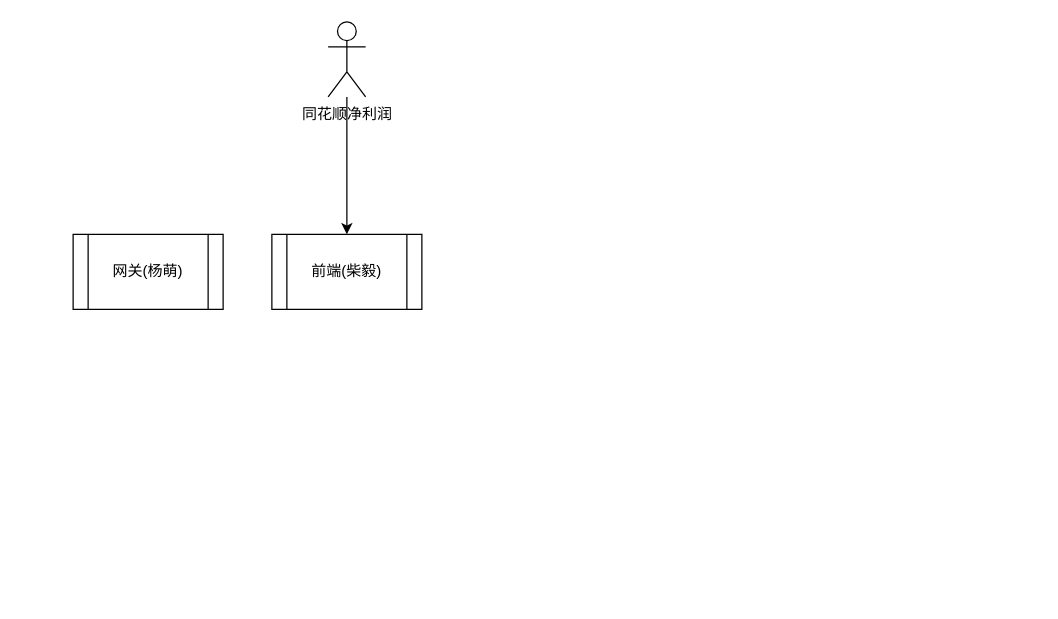
Before: 工作汇报流程图.drawio in msb8080/my-diagrams, a draw.io diagram. Source tidied: cells renumbered, new cells numbered last; positions are measured from the earlier drawing's top-left corner, leaving out a move shared by most shapes. Both pictures are drawn from the tidied source at 125%, with x=0, y=0 at pixel (72, 21).
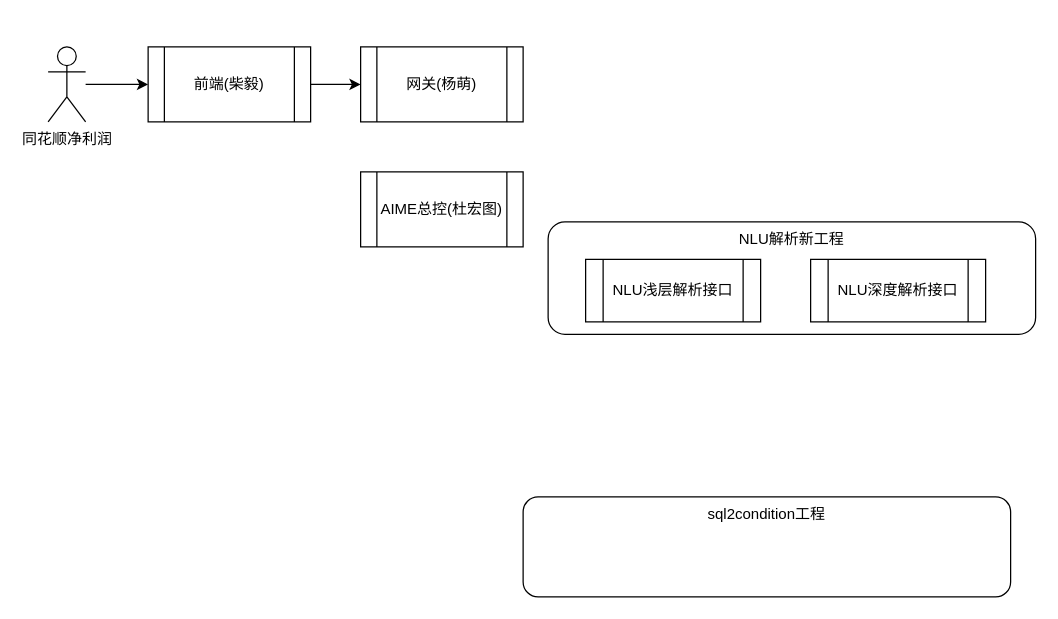
After the change.

Commit message (it also covers changes not shown here):
更新工作汇报流程图.drawio

What changed in the source:
```diff
@@
 <mxGraphModel>
   <root>
     <mxCell id="0" />
     <mxCell id="1" parent="0" />
     <mxCell id="2" value="网关(杨萌)" style="shape=process;whiteSpace=wrap;html=1;backgroundOutline=1;" parent="1" vertex="1">
-      <mxGeometry y="170" width="120" height="60" as="geometry" />
+      <mxGeometry x="230" y="20" width="130" height="60" as="geometry" />
     </mxCell>
+    <mxCell id="6" style="edgeStyle=orthogonalEdgeStyle;rounded=0;jettySize=auto;html=1;entryX=0;entryY=0.5;entryDx=0;entryDy=0;" parent="1" edge="1" source="3" target="2">
+      <mxGeometry relative="1" as="geometry" />
+    </mxCell>
     <mxCell id="3" value="前端(柴毅)" style="shape=process;whiteSpace=wrap;html=1;backgroundOutline=1;" parent="1" vertex="1">
-      <mxGeometry x="159" y="170" width="120" height="60" as="geometry" />
+      <mxGeometry x="60" y="20" width="130" height="60" as="geometry" />
     </mxCell>
     <mxCell id="4" style="edgeStyle=orthogonalEdgeStyle;rounded=0;jettySize=auto;html=1;" parent="1" edge="1" source="5" target="3">
       <mxGeometry relative="1" as="geometry" />
     </mxCell>
     <mxCell id="5" value="同花顺净利润" style="shape=umlActor;verticalLabelPosition=bottom;verticalAlign=top;html=1;outlineConnect=0;" parent="1" vertex="1">
-      <mxGeometry x="204" width="30" height="60" as="geometry" />
+      <mxGeometry x="-20" y="20" width="30" height="60" as="geometry" />
     </mxCell>
+    <mxCell id="7" value="AIME总控(杜宏图)" style="shape=process;whiteSpace=wrap;html=1;backgroundOutline=1;" parent="1" vertex="1">
+      <mxGeometry x="230" y="120" width="130" height="60" as="geometry" />
+    </mxCell>
+    <mxCell id="8" value="NLU解析新工程" style="rounded=1;whiteSpace=wrap;html=1;verticalAlign=top;" parent="1" vertex="1">
+      <mxGeometry x="380" y="160" width="390" height="90" as="geometry" />
+    </mxCell>
+    <mxCell id="9" value="sql2condition工程" style="rounded=1;whiteSpace=wrap;html=1;verticalAlign=top;" parent="1" vertex="1">
+      <mxGeometry x="360" y="380" width="390" height="80" as="geometry" />
+    </mxCell>
+    <mxCell id="10" value="NLU浅层解析接口" style="shape=process;whiteSpace=wrap;html=1;backgroundOutline=1;" parent="1" vertex="1">
+      <mxGeometry x="410" y="190" width="140" height="50" as="geometry" />
+    </mxCell>
+    <mxCell id="11" value="NLU深度解析接口" style="shape=process;whiteSpace=wrap;html=1;backgroundOutline=1;" parent="1" vertex="1">
+      <mxGeometry x="590" y="190" width="140" height="50" as="geometry" />
+    </mxCell>
   </root>
 </mxGraphModel>
```
